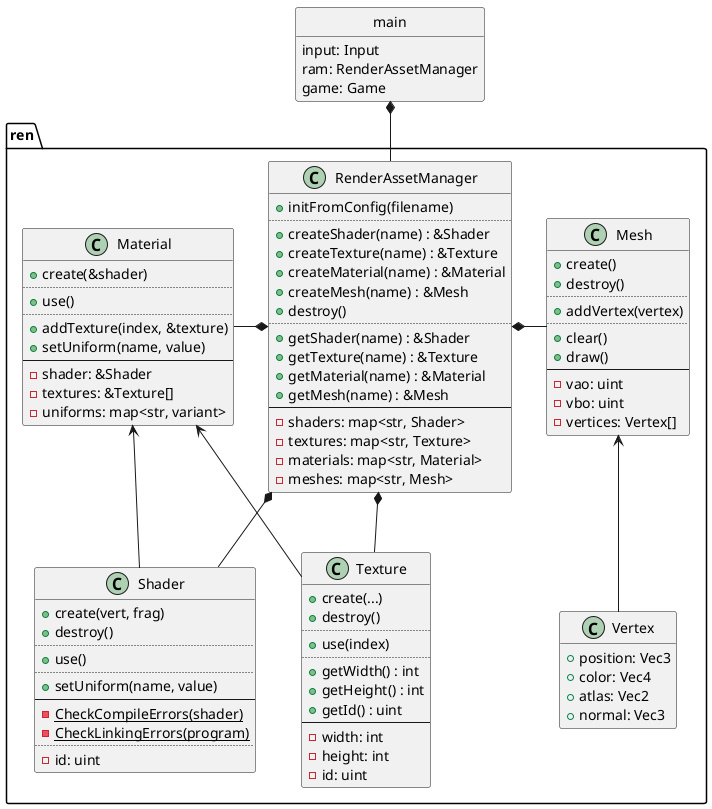
This is design/assets.png from ba6er/marblemaze, a PlantUML export, as it was before one commit.
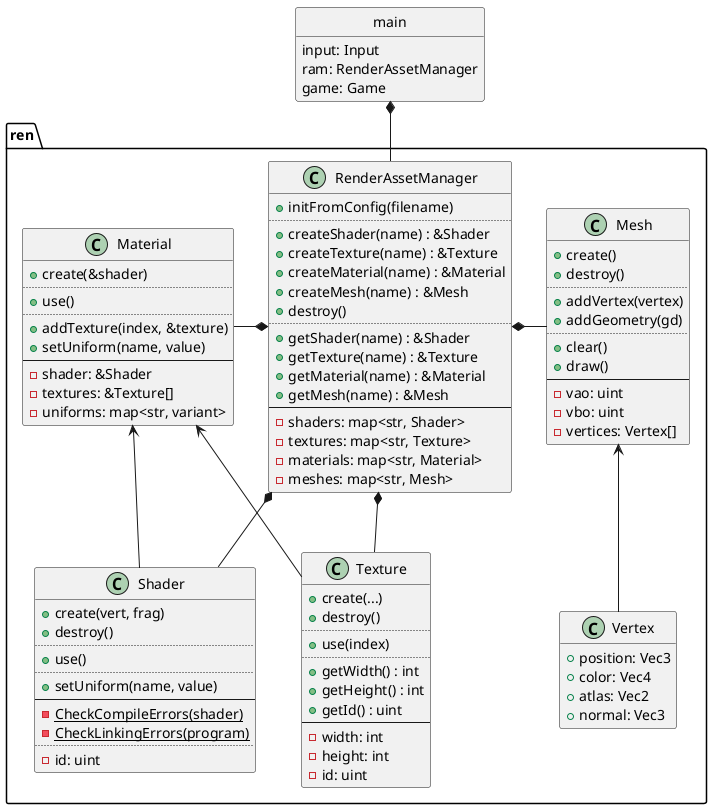
Later version of the same file.

Diff of the diagram source:
```diff
@@ -56,6 +56,7 @@
 	+destroy()
 	..
 	+addVertex(vertex)
+	+addGeometry(gd)
 	..
 	+clear()
 	+draw()
```
